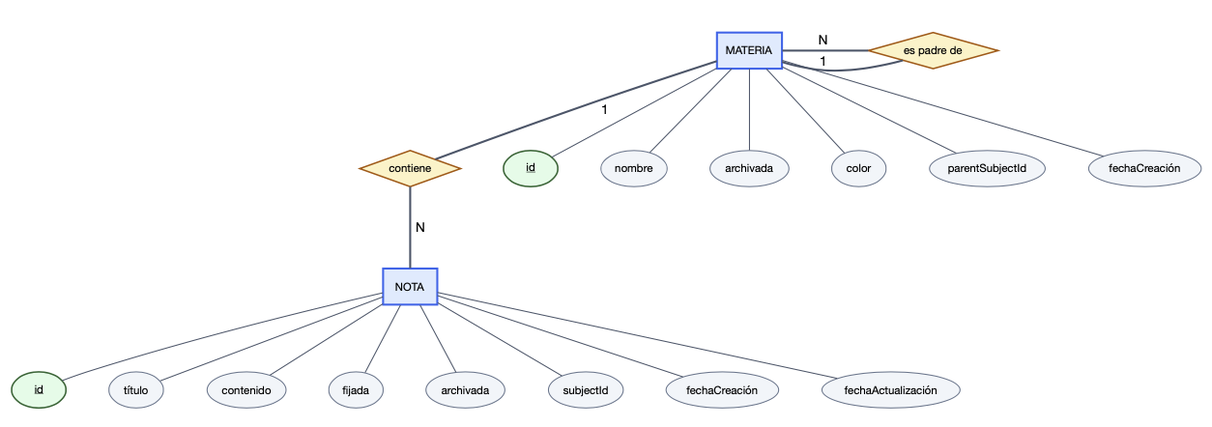
Earlier version of the Graphviz export docs/diagramas/database/01-modelo-conceptual-der-chen.png (jdfesa/lumapse). Its source is kept beside it as docs/diagramas/database/01-modelo-conceptual-der-chen.dot.
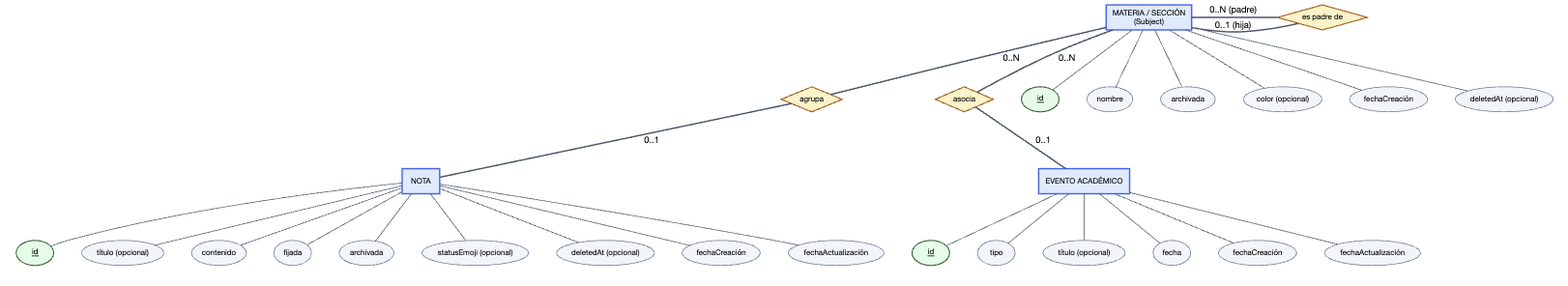
The same diagram one commit later.

Commit message:
docs(diagrams): synchronize UML and database schema diagrams with the current application state

The edit, as a diff of the source:
```diff
@@ -6,7 +6,7 @@
     fontsize=13
     bgcolor="white"
     pad="0.6,0.4"
-    nodesep=0.6
+    nodesep=0.55
     ranksep=0.9
     label=""
   ]
@@ -15,69 +15,80 @@
 
   node [shape=rectangle style="filled,bold" penwidth=2]
 
-  MATERIA [label="MATERIA" fillcolor="#dbeafe" color="#2563eb"]
-  NOTA    [label="NOTA"    fillcolor="#dbeafe" color="#2563eb"]
+  SUBJECT          [label="MATERIA / SECCIÓN\n(Subject)" fillcolor="#dbeafe" color="#2563eb"]
+  NOTA             [label="NOTA"                         fillcolor="#dbeafe" color="#2563eb"]
+  EVENTO_ACADEMICO [label="EVENTO ACADÉMICO"            fillcolor="#dbeafe" color="#2563eb"]
 
   node [shape=diamond style="filled,bold" penwidth=1.5]
 
-  contiene    [label="contiene"      fillcolor="#fef3c7" color="#b45309"]
-  es_padre_de [label="es padre de"   fillcolor="#fef3c7" color="#b45309"]
+  jerarquia_subject [label="es padre de" fillcolor="#fef3c7" color="#b45309"]
+  agrupa_notas      [label="agrupa"       fillcolor="#fef3c7" color="#b45309"]
+  asocia_eventos    [label="asocia"       fillcolor="#fef3c7" color="#b45309"]
 
   node [shape=ellipse style=filled penwidth=1.5]
 
-  mat_id  [label=<<U>id</U>>  fillcolor="#dcfce7" color="#166534"]
-  nota_id [label=<<U>id</U>>  fillcolor="#dcfce7" color="#166534"]
+  subject_id [label=<<U>id</U>> fillcolor="#dcfce7" color="#166534"]
+  nota_id    [label=<<U>id</U>> fillcolor="#dcfce7" color="#166534"]
+  evento_id  [label=<<U>id</U>> fillcolor="#dcfce7" color="#166534"]
 
   node [shape=ellipse style=filled fillcolor="#f1f5f9" color="#64748b" penwidth=1]
 
-  mat_nombre    [label="nombre"]
-  mat_archivada [label="archivada"]
-  mat_color     [label="color"]
-  mat_parent    [label="parentSubjectId"]
-  mat_creacion  [label="fechaCreación"]
+  subject_name       [label="nombre"]
+  subject_archived   [label="archivada"]
+  subject_color      [label="color (opcional)"]
+  subject_created_at [label="fechaCreación"]
+  subject_deleted_at [label="deletedAt (opcional)"]
 
-  nota_titulo    [label="título"]
-  nota_contenido [label="contenido"]
-  nota_fijada    [label="fijada"]
-  nota_archivada [label="archivada"]
-  nota_subjectId     [label="subjectId"]
-  nota_creacion      [label="fechaCreación"]
-  nota_actualizacion [label="fechaActualización"]
+  nota_titulo        [label="título (opcional)"]
+  nota_contenido     [label="contenido"]
+  nota_fijada        [label="fijada"]
+  nota_archivada     [label="archivada"]
+  nota_status_emoji  [label="statusEmoji (opcional)"]
+  nota_deleted_at    [label="deletedAt (opcional)"]
+  nota_created_at    [label="fechaCreación"]
+  nota_updated_at    [label="fechaActualización"]
 
+  evento_tipo        [label="tipo"]
+  evento_titulo      [label="título (opcional)"]
+  evento_fecha       [label="fecha"]
+  evento_created_at  [label="fechaCreación"]
+  evento_updated_at  [label="fechaActualización"]
 
-  { rank=same; mat_nombre; mat_archivada; mat_color }
-  { rank=same; mat_id; mat_parent; mat_creacion }
+  { rank=same; SUBJECT; jerarquia_subject }
+  { rank=same; agrupa_notas; asocia_eventos }
+  { rank=same; NOTA; EVENTO_ACADEMICO }
 
-  { rank=same; MATERIA; es_padre_de }
-
-  { rank=same; contiene }
-
-  { rank=same; NOTA }
-
-  { rank=same; nota_titulo; nota_contenido; nota_fijada; nota_archivada }
-  { rank=same; nota_id; nota_subjectId; nota_creacion; nota_actualizacion }
-
-
-  MATERIA -- mat_id
-  MATERIA -- mat_nombre
-  MATERIA -- mat_parent
-  MATERIA -- mat_archivada
-  MATERIA -- mat_color
-  MATERIA -- mat_creacion
+  SUBJECT -- subject_id
+  SUBJECT -- subject_name
+  SUBJECT -- subject_archived
+  SUBJECT -- subject_color
+  SUBJECT -- subject_created_at
+  SUBJECT -- subject_deleted_at
 
   NOTA -- nota_id
   NOTA -- nota_titulo
   NOTA -- nota_contenido
   NOTA -- nota_fijada
   NOTA -- nota_archivada
-  NOTA -- nota_subjectId
-  NOTA -- nota_creacion
-  NOTA -- nota_actualizacion
+  NOTA -- nota_status_emoji
+  NOTA -- nota_deleted_at
+  NOTA -- nota_created_at
+  NOTA -- nota_updated_at
+
+  EVENTO_ACADEMICO -- evento_id
+  EVENTO_ACADEMICO -- evento_tipo
+  EVENTO_ACADEMICO -- evento_titulo
+  EVENTO_ACADEMICO -- evento_fecha
+  EVENTO_ACADEMICO -- evento_created_at
+  EVENTO_ACADEMICO -- evento_updated_at
 
 
-  MATERIA  -- contiene [label="  1  " fontsize=13 penwidth=2]
-  contiene -- NOTA     [label="  N  " fontsize=13 penwidth=2]
+  SUBJECT           -- jerarquia_subject [label="  0..N (padre)  " fontsize=13 penwidth=2]
+  jerarquia_subject -- SUBJECT           [label="  0..1 (hija)  " fontsize=13 penwidth=2]
 
-  MATERIA     -- es_padre_de [label="  1  " fontsize=13 penwidth=2]
-  es_padre_de -- MATERIA     [label="  N  " fontsize=13 penwidth=2]
+  SUBJECT      -- agrupa_notas [label="  0..N  " fontsize=13 penwidth=2]
+  agrupa_notas -- NOTA        [label="  0..1  " fontsize=13 penwidth=2]
+
+  asocia_eventos    -- EVENTO_ACADEMICO [label="  0..1  " fontsize=13 penwidth=2]
+  SUBJECT           -- asocia_eventos    [label="  0..N  " fontsize=13 penwidth=2]
 }
```
